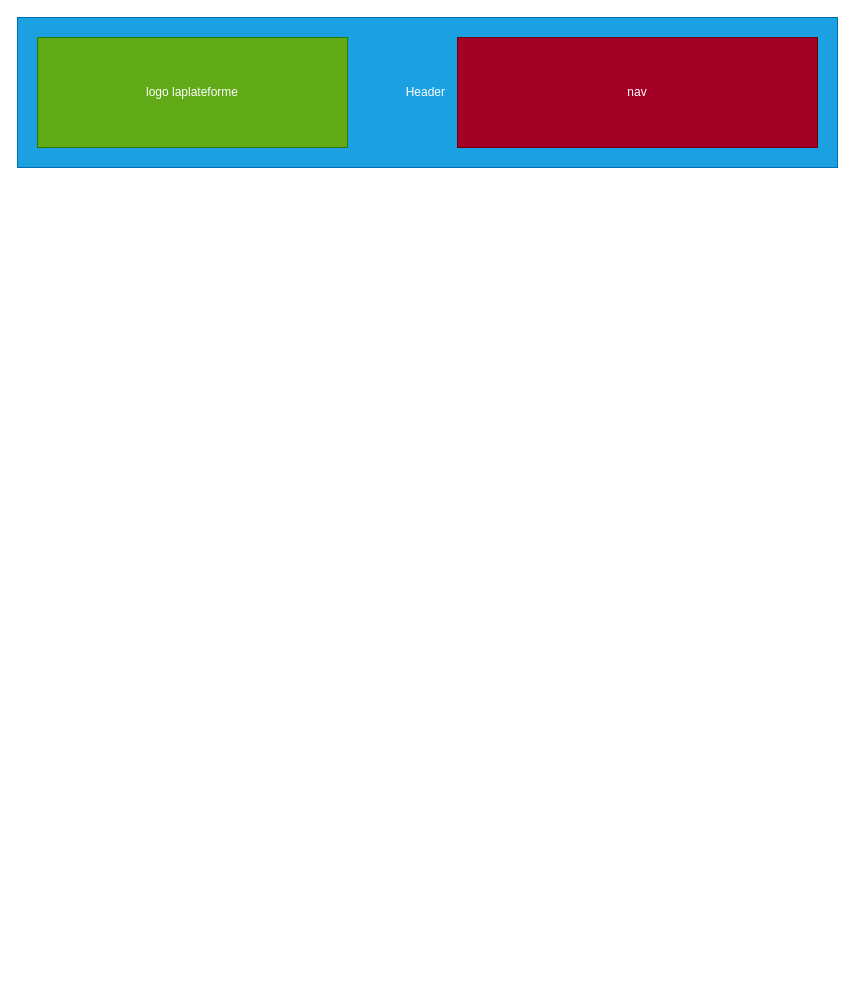
Before: maquette.drawio in ibniyamine-chabane/site-la-plateforme, a draw.io diagram. Source tidied: cells renumbered, new cells numbered last; positions are measured from the earlier drawing's top-left corner, leaving out a move shared by most shapes. Both pictures are drawn from the tidied source at 100%, with x=0, y=0 at pixel (17, 17).
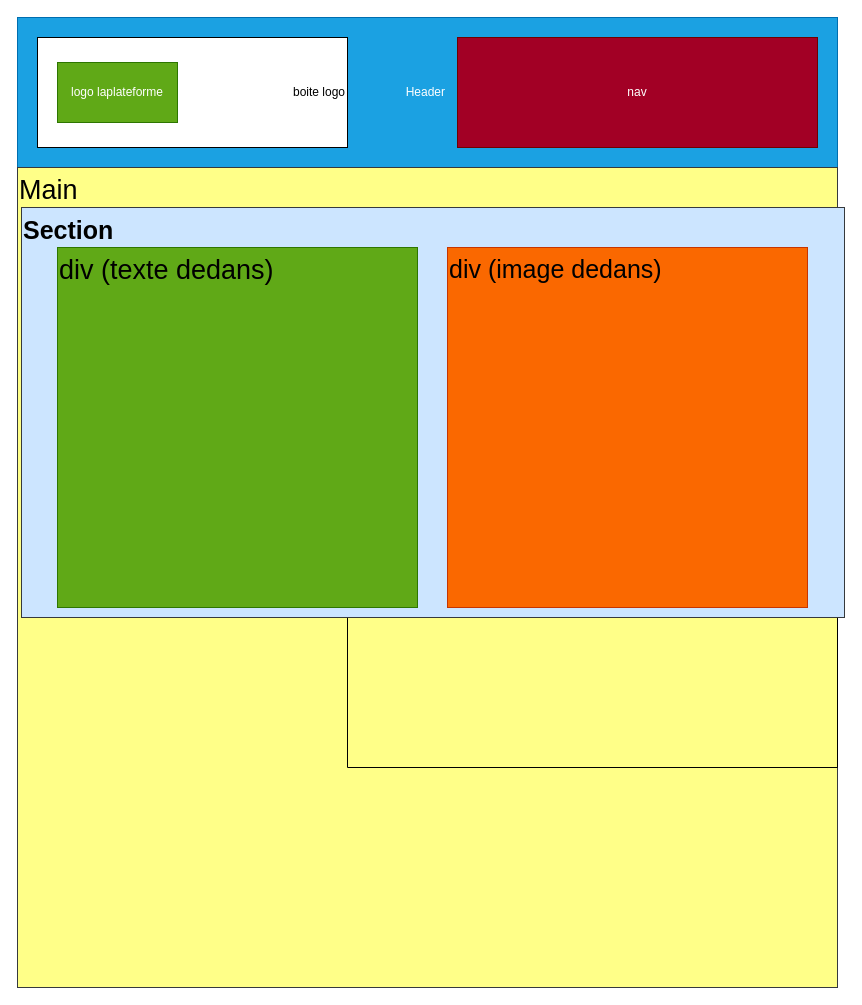
Above is the later version.

Commit message (it also covers changes not shown here):
work on first section, almost done, must finish text in setion1-text-box class in line 34

What changed in the source:
```diff
@@
 <mxGraphModel>
   <root>
     <mxCell id="0" />
     <mxCell id="1" parent="0" />
     <mxCell id="2" value="Header&amp;nbsp;" style="rounded=0;whiteSpace=wrap;html=1;fillColor=#1ba1e2;fontColor=#ffffff;strokeColor=#006EAF;" parent="1" vertex="1">
       <mxGeometry width="820" height="150" as="geometry" />
     </mxCell>
+    <mxCell id="4" value="nav" style="rounded=0;whiteSpace=wrap;html=1;fillColor=#a20025;fontColor=#ffffff;strokeColor=#6F0000;" parent="1" vertex="1">
+      <mxGeometry x="440" y="20" width="360" height="110" as="geometry" />
+    </mxCell>
+    <mxCell id="5" value="boite logo" style="rounded=0;whiteSpace=wrap;html=1;align=right;" parent="1" vertex="1">
+      <mxGeometry x="20" y="20" width="310" height="110" as="geometry" />
+    </mxCell>
-    <mxCell id="3" value="logo laplateforme" style="rounded=0;whiteSpace=wrap;html=1;fillColor=#60a917;fontColor=#ffffff;strokeColor=#2D7600;" parent="1" vertex="1">
-      <mxGeometry x="20" y="20" width="310" height="110" as="geometry" />
+    <mxCell id="3" value="&lt;span&gt;logo laplateforme&lt;/span&gt;" style="rounded=0;whiteSpace=wrap;html=1;fillColor=#60a917;fontColor=#ffffff;strokeColor=#2D7600;" parent="1" vertex="1">
+      <mxGeometry x="40" y="45" width="120" height="60" as="geometry" />
     </mxCell>
-    <mxCell id="4" value="nav" style="rounded=0;whiteSpace=wrap;html=1;fillColor=#a20025;fontColor=#ffffff;strokeColor=#6F0000;" parent="1" vertex="1">
-      <mxGeometry x="440" y="20" width="360" height="110" as="geometry" />
-    </mxCell>
+    <mxCell id="6" value="&lt;font style=&quot;font-size: 27px&quot;&gt;Main&lt;/font&gt;" style="whiteSpace=wrap;html=1;fillColor=#ffff88;strokeColor=#36393d;fontColor=#000000;align=left;verticalAlign=top;" parent="1" vertex="1">
+      <mxGeometry y="150" width="820" height="820" as="geometry" />
+    </mxCell>
+    <mxCell id="7" style="swimlane;startSize=0;fontSize=27;fontColor=#000000;" parent="1" vertex="1">
+      <mxGeometry x="330" y="550" width="490" height="200" as="geometry" />
+    </mxCell>
+    <mxCell id="8" value="&lt;div&gt;&lt;span style=&quot;color: rgb(0 , 0 , 0)&quot;&gt;&lt;b&gt;&lt;font style=&quot;font-size: 25px&quot;&gt;Section&lt;/font&gt;&lt;/b&gt;&lt;/span&gt;&lt;/div&gt;" style="rounded=0;whiteSpace=wrap;html=1;fontSize=27;fillColor=#cce5ff;strokeColor=#36393d;align=left;verticalAlign=top;" parent="1" vertex="1">
+      <mxGeometry x="4" y="190" width="823" height="410" as="geometry" />
+    </mxCell>
+    <mxCell id="9" value="&lt;font color=&quot;#000000&quot;&gt;div (texte dedans)&lt;/font&gt;" style="whiteSpace=wrap;html=1;fontSize=27;fontColor=#ffffff;fillColor=#60a917;strokeColor=#2D7600;align=left;verticalAlign=top;" parent="1" vertex="1">
+      <mxGeometry x="40" y="230" width="360" height="360" as="geometry" />
+    </mxCell>
+    <mxCell id="10" value="div (image dedans)" style="whiteSpace=wrap;html=1;fontSize=25;fontColor=#000000;fillColor=#fa6800;strokeColor=#C73500;align=left;verticalAlign=top;" parent="1" vertex="1">
+      <mxGeometry x="430" y="230" width="360" height="360" as="geometry" />
+    </mxCell>
   </root>
 </mxGraphModel>
```
